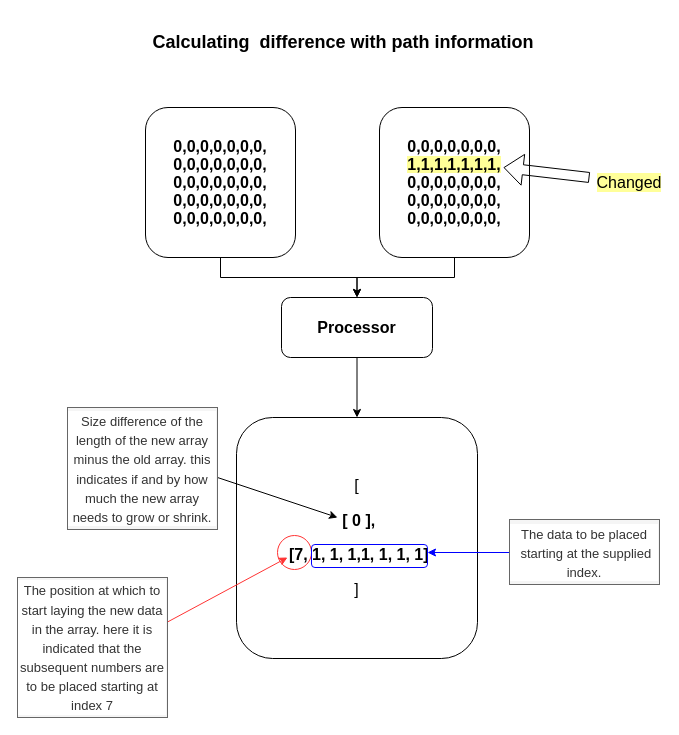
This is artefacts/Architecture/SYNC_payload_example.drawio from duart38/serverless-sockets, a draw.io file, before an edit. Source tidied: cells renumbered, new cells numbered last; positions are measured from the earlier drawing's top-left corner, leaving out a move shared by most shapes. Both pictures are drawn from the tidied source at 100%, with x=0, y=0 at pixel (17, 27).
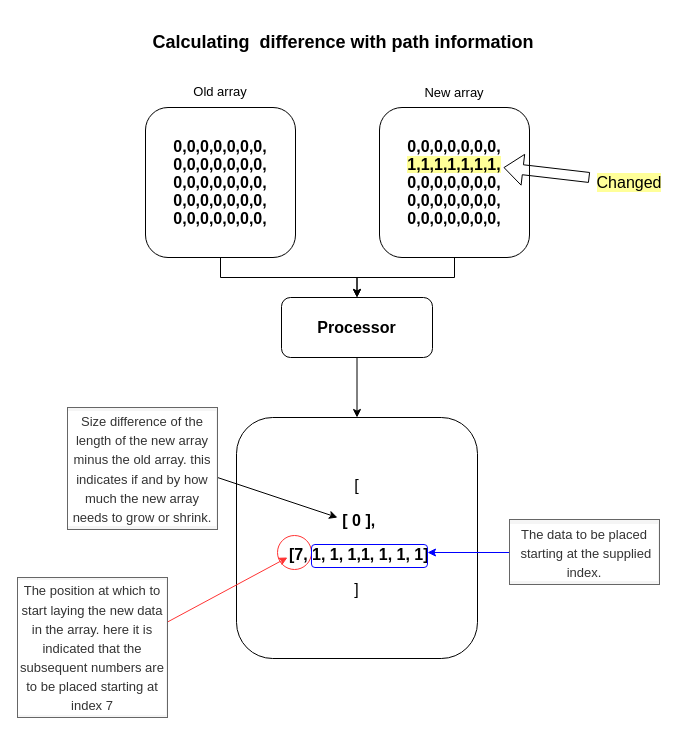
The same page after the edit.

What changed in the source:
```diff
@@
+    <mxCell id="20" value="Old array" style="text;html=1;strokeColor=none;fillColor=none;align=center;verticalAlign=middle;whiteSpace=wrap;rounded=0;labelBackgroundColor=#FFFFFF;fontFamily=Helvetica;fontSize=13;fontColor=#000000;" parent="1" vertex="1">
+      <mxGeometry x="173" y="49" width="60" height="30" as="geometry" />
+    </mxCell>
+    <mxCell id="21" value="New array" style="text;html=1;strokeColor=none;fillColor=none;align=center;verticalAlign=middle;whiteSpace=wrap;rounded=0;labelBackgroundColor=#FFFFFF;fontFamily=Helvetica;fontSize=13;fontColor=#000000;" parent="1" vertex="1">
+      <mxGeometry x="406" y="50" width="62" height="30" as="geometry" />
+    </mxCell>
```
